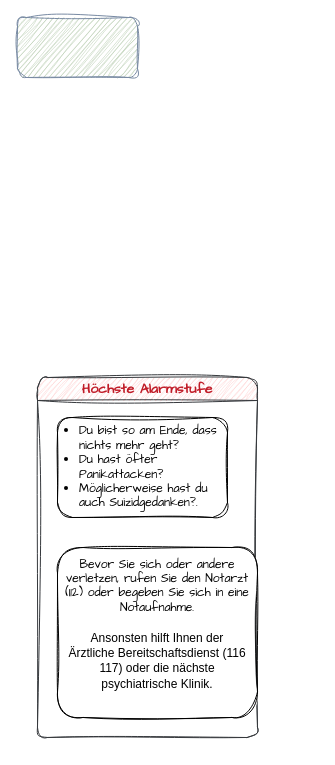
E1GEN/SpassMitDepressionen keeps this draw.io diagram as FlowChart/TherapieplatzFinden.drawio. Above is the earlier version. Source tidied: cells renumbered, new cells numbered last; positions are measured from the earlier drawing's top-left corner, leaving out a move shared by most shapes. Both pictures are drawn from the tidied source at 100%, with x=0, y=0 at pixel (17, 17).
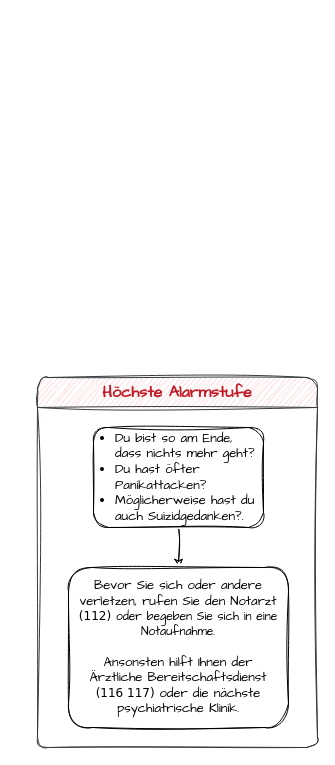
After the change.

Change to the diagram source:
```diff
@@
 <mxGraphModel>
   <root>
     <mxCell id="0" />
     <mxCell id="1" parent="0" />
-    <mxCell id="2" style="rounded=1;whiteSpace=wrap;html=1;labelBackgroundColor=none;fillColor=#B2C9AB;strokeColor=#788AA3;fontColor=#46495D;sketch=1;curveFitting=1;jiggle=2;" parent="1" vertex="1">
-      <mxGeometry width="120" height="60" as="geometry" />
-    </mxCell>
-    <mxCell id="3" value="&lt;b&gt;&lt;font style=&quot;font-size: 14px;&quot; color=&quot;#c01c28&quot;&gt;Höchste Alarmstufe&lt;/font&gt;&lt;/b&gt;" style="swimlane;whiteSpace=wrap;html=1;hachureGap=4;strokeColor=#36393d;fontFamily=Comic Sans MS;fillColor=#ffcccc;rounded=1;sketch=1;curveFitting=1;jiggle=2;" parent="1" vertex="1">
-      <mxGeometry x="20" y="360" width="220" height="360" as="geometry" />
+    <mxCell id="3" value="&lt;font size=&quot;1&quot;&gt;&lt;b&gt;&lt;font style=&quot;font-size: 16px;&quot; color=&quot;#c01c28&quot;&gt;Höchste Alarmstufe&lt;/font&gt;&lt;/b&gt;&lt;/font&gt;" style="swimlane;whiteSpace=wrap;html=1;hachureGap=4;strokeColor=#36393d;fontFamily=Architects Daughter;fillColor=#ffcccc;rounded=1;sketch=1;curveFitting=1;jiggle=2;startSize=30;gradientColor=none;arcSize=12;" parent="1" vertex="1">
+      <mxGeometry x="20" y="360" width="280" height="370" as="geometry" />
     </mxCell>
+    <mxCell id="6" style="edgeStyle=orthogonalEdgeStyle;rounded=0;sketch=1;hachureGap=4;jiggle=2;curveFitting=1;jettySize=auto;html=1;exitX=0.5;exitY=1;exitDx=0;exitDy=0;entryX=0.5;entryY=0;entryDx=0;entryDy=0;fontFamily=Architects Daughter;" parent="3" edge="1" source="4" target="5">
+      <mxGeometry relative="1" as="geometry" />
+    </mxCell>
-    <mxCell id="4" value="&lt;div align=&quot;left&quot;&gt;&lt;ul style=&quot;margin-left: 0px; padding-left: 20px;&quot;&gt;&lt;li&gt;Du bist so am Ende, dass nichts mehr geht?&lt;/li&gt;&lt;li&gt;Du hast öfter Panikattacken?&lt;br&gt;&lt;/li&gt;&lt;li&gt;Möglicherweise hast du auch Suizidgedanken?.&lt;/li&gt;&lt;/ul&gt;&lt;/div&gt;" style="rounded=1;whiteSpace=wrap;html=1;sketch=1;hachureGap=4;jiggle=2;curveFitting=1;fontFamily=Architects Daughter;align=left;" parent="3" vertex="1">
-      <mxGeometry x="20" y="40" width="170" height="100" as="geometry" />
+    <mxCell id="4" value="&lt;div align=&quot;left&quot; style=&quot;font-size: 13px;&quot;&gt;&lt;ul style=&quot;margin-left: 0px; padding-left: 20px; font-size: 13px;&quot;&gt;&lt;li style=&quot;font-size: 13px;&quot;&gt;Du bist so am Ende, dass nichts mehr geht?&lt;/li&gt;&lt;li style=&quot;font-size: 13px;&quot;&gt;Du hast öfter Panikattacken?&lt;br style=&quot;font-size: 13px;&quot;&gt;&lt;/li&gt;&lt;li style=&quot;font-size: 13px;&quot;&gt;Möglicherweise hast du auch Suizidgedanken?.&lt;/li&gt;&lt;/ul&gt;&lt;/div&gt;" style="rounded=1;whiteSpace=wrap;html=1;sketch=1;hachureGap=4;jiggle=2;curveFitting=1;fontFamily=Architects Daughter;align=left;fontSize=13;" parent="3" vertex="1">
+      <mxGeometry x="56" y="50" width="170" height="100" as="geometry" />
     </mxCell>
-    <mxCell id="5" value="&lt;div style=&quot;&quot; align=&quot;center&quot;&gt;&lt;font face=&quot;Comic Sans MS&quot; style=&quot;font-size: 12px;&quot;&gt;Bevor Sie sich oder andere verletzen, rufen Sie den Notarzt (112) oder begeben Sie sich in eine Notaufnahme.&lt;/font&gt;&lt;/div&gt;&lt;div align=&quot;center&quot; style=&quot;padding-left: 10px; padding-right: 10px;&quot;&gt;&lt;font face=&quot;N2C-IegMrn4ta4kbXJDN&quot; style=&quot;font-size: 12px;&quot;&gt;&lt;br&gt;Ansonsten hilft Ihnen der Ärztliche Bereitschaftsdienst (116 117) oder die nächste psychiatrische Klinik.&lt;/font&gt;&lt;/div&gt;&lt;div align=&quot;center&quot; style=&quot;padding-left: 0px; margin-left: 0px;&quot;&gt;&lt;font face=&quot;N2C-IegMrn4ta4kbXJDN&quot; style=&quot;font-size: 12px;&quot;&gt;&lt;br&gt;&lt;/font&gt;&lt;/div&gt;" style="rounded=1;hachureGap=4;fontFamily=Comic Sans MS;align=center;textShadow=0;labelBorderColor=none;labelBackgroundColor=none;fontColor=default;html=1;whiteSpace=wrap;sketch=1;curveFitting=1;jiggle=2;" parent="3" vertex="1">
-      <mxGeometry x="20" y="170" width="200" height="170" as="geometry" />
+    <mxCell id="5" value="&lt;div style=&quot;font-size: 12px;&quot; align=&quot;center&quot;&gt;&lt;font style=&quot;font-size: 13px;&quot;&gt;Bevor Sie sich oder andere verletzen, rufen Sie den Notarzt &lt;/font&gt;&lt;font face=&quot;Verdana&quot; style=&quot;font-size: 12px;&quot;&gt;(112)&lt;/font&gt;&lt;font style=&quot;font-size: 12px;&quot;&gt; oder begeben Sie sich in eine Notaufnahme.&lt;/font&gt;&lt;/div&gt;&lt;div align=&quot;center&quot; style=&quot;padding-left: 10px; padding-right: 10px; font-size: 12px;&quot;&gt;&lt;font style=&quot;font-size: 13px;&quot;&gt;&lt;br style=&quot;font-size: 13px;&quot;&gt;Ansonsten hilft Ihnen der Ärztliche Bereitschaftsdienst &lt;/font&gt;&lt;font face=&quot;Verdana&quot; style=&quot;font-size: 12px;&quot;&gt;(116 117)&lt;/font&gt;&lt;font style=&quot;font-size: 12px;&quot;&gt; &lt;/font&gt;&lt;font style=&quot;font-size: 13px;&quot;&gt;oder die nächste psychiatrische Klinik.&lt;/font&gt;&lt;/div&gt;" style="rounded=1;whiteSpace=wrap;html=1;sketch=1;hachureGap=4;jiggle=2;curveFitting=1;fontFamily=Architects Daughter;fontSize=13;" parent="3" vertex="1">
+      <mxGeometry x="31" y="190" width="220" height="160" as="geometry" />
     </mxCell>
   </root>
 </mxGraphModel>
```
